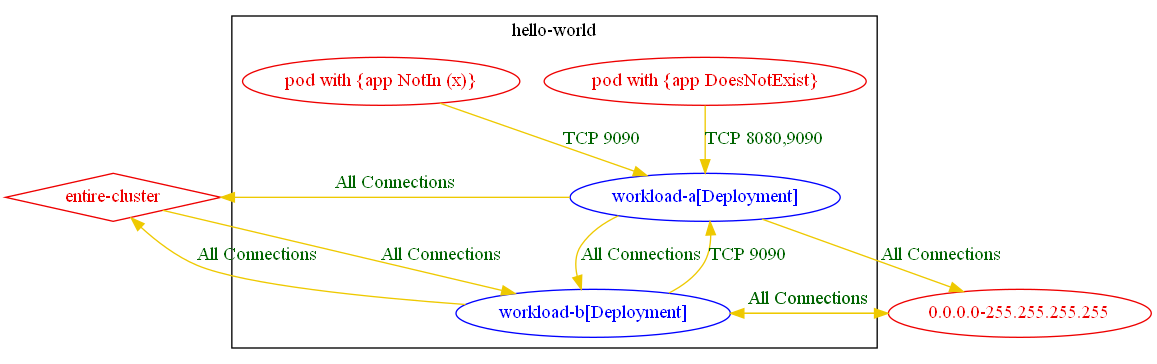
Earlier version of the Graphviz export test_outputs/connlist/exposure_test_exposure_with_different_rules_3_connlist_output.dot.png (np-guard/netpol-analyzer). Its source is kept beside it as test_outputs/connlist/exposure_test_exposure_with_different_rules_3_connlist_output.dot. Its diagram source:
```dot
digraph {
	subgraph "cluster_hello_world" {
		color="black"
		fontcolor="black"
		"hello-world/workload-a[Deployment]" [label="workload-a[Deployment]" color="blue" fontcolor="blue"]
		"hello-world/workload-b[Deployment]" [label="workload-b[Deployment]" color="blue" fontcolor="blue"]
		"pod with {app DoesNotExist}_in_hello-world" [label="pod with {app DoesNotExist}" color="red2" fontcolor="red2"]
		"pod with {app NotIn (x)}_in_hello-world" [label="pod with {app NotIn (x)}" color="red2" fontcolor="red2"]
		label="hello-world"
	}
	"0.0.0.0-255.255.255.255" [label="0.0.0.0-255.255.255.255" color="red2" fontcolor="red2"]
	"entire-cluster" [label="entire-cluster" color="red2" fontcolor="red2" shape=diamond]
	"0.0.0.0-255.255.255.255" -> "hello-world/workload-b[Deployment]" [label="All Connections" color="gold2" fontcolor="darkgreen"]
	"entire-cluster" -> "hello-world/workload-b[Deployment]" [label="All Connections" color="gold2" fontcolor="darkgreen" weight=1]
	"hello-world/workload-a[Deployment]" -> "0.0.0.0-255.255.255.255" [label="All Connections" color="gold2" fontcolor="darkgreen"]
	"hello-world/workload-a[Deployment]" -> "entire-cluster" [label="All Connections" color="gold2" fontcolor="darkgreen" weight=0.5]
	"hello-world/workload-a[Deployment]" -> "hello-world/workload-b[Deployment]" [label="All Connections" color="gold2" fontcolor="darkgreen"]
	"hello-world/workload-b[Deployment]" -> "0.0.0.0-255.255.255.255" [label="All Connections" color="gold2" fontcolor="darkgreen"]
	"hello-world/workload-b[Deployment]" -> "entire-cluster" [label="All Connections" color="gold2" fontcolor="darkgreen" weight=0.5]
	"hello-world/workload-b[Deployment]" -> "hello-world/workload-a[Deployment]" [label="TCP 9090" color="gold2" fontcolor="darkgreen"]
	"pod with {app DoesNotExist}_in_hello-world" -> "hello-world/workload-a[Deployment]" [label="TCP 8080,9090" color="gold2" fontcolor="darkgreen" weight=1]
	"pod with {app NotIn (x)}_in_hello-world" -> "hello-world/workload-a[Deployment]" [label="TCP 9090" color="gold2" fontcolor="darkgreen" weight=1]
}
```
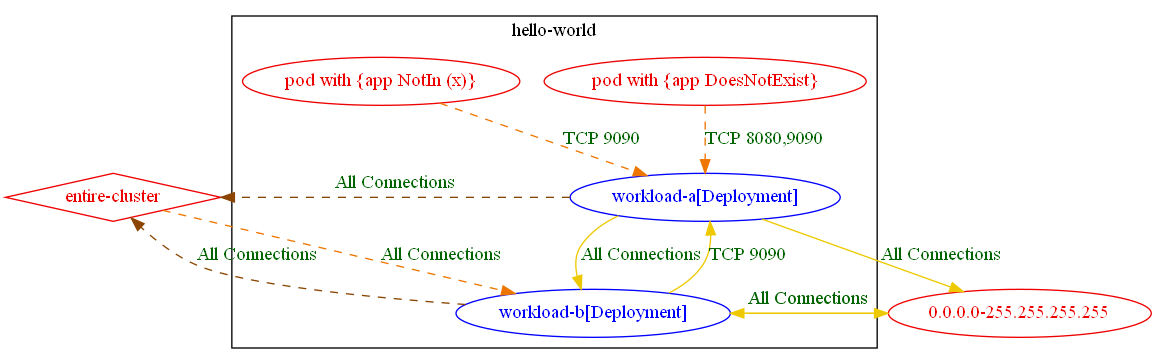
Later version of the same file.

What changed in the source:
```diff
@@ -11,13 +11,13 @@
 	"0.0.0.0-255.255.255.255" [label="0.0.0.0-255.255.255.255" color="red2" fontcolor="red2"]
 	"entire-cluster" [label="entire-cluster" color="red2" fontcolor="red2" shape=diamond]
 	"0.0.0.0-255.255.255.255" -> "hello-world/workload-b[Deployment]" [label="All Connections" color="gold2" fontcolor="darkgreen"]
-	"entire-cluster" -> "hello-world/workload-b[Deployment]" [label="All Connections" color="gold2" fontcolor="darkgreen" weight=1]
+	"entire-cluster" -> "hello-world/workload-b[Deployment]" [label="All Connections" color="darkorange2" fontcolor="darkgreen" weight=1 style=dashed]
 	"hello-world/workload-a[Deployment]" -> "0.0.0.0-255.255.255.255" [label="All Connections" color="gold2" fontcolor="darkgreen"]
-	"hello-world/workload-a[Deployment]" -> "entire-cluster" [label="All Connections" color="gold2" fontcolor="darkgreen" weight=0.5]
+	"hello-world/workload-a[Deployment]" -> "entire-cluster" [label="All Connections" color="darkorange4" fontcolor="darkgreen" weight=0.5 style=dashed]
 	"hello-world/workload-a[Deployment]" -> "hello-world/workload-b[Deployment]" [label="All Connections" color="gold2" fontcolor="darkgreen"]
 	"hello-world/workload-b[Deployment]" -> "0.0.0.0-255.255.255.255" [label="All Connections" color="gold2" fontcolor="darkgreen"]
-	"hello-world/workload-b[Deployment]" -> "entire-cluster" [label="All Connections" color="gold2" fontcolor="darkgreen" weight=0.5]
+	"hello-world/workload-b[Deployment]" -> "entire-cluster" [label="All Connections" color="darkorange4" fontcolor="darkgreen" weight=0.5 style=dashed]
 	"hello-world/workload-b[Deployment]" -> "hello-world/workload-a[Deployment]" [label="TCP 9090" color="gold2" fontcolor="darkgreen"]
-	"pod with {app DoesNotExist}_in_hello-world" -> "hello-world/workload-a[Deployment]" [label="TCP 8080,9090" color="gold2" fontcolor="darkgreen" weight=1]
-	"pod with {app NotIn (x)}_in_hello-world" -> "hello-world/workload-a[Deployment]" [label="TCP 9090" color="gold2" fontcolor="darkgreen" weight=1]
+	"pod with {app DoesNotExist}_in_hello-world" -> "hello-world/workload-a[Deployment]" [label="TCP 8080,9090" color="darkorange2" fontcolor="darkgreen" weight=1 style=dashed]
+	"pod with {app NotIn (x)}_in_hello-world" -> "hello-world/workload-a[Deployment]" [label="TCP 9090" color="darkorange2" fontcolor="darkgreen" weight=1 style=dashed]
 }
```
